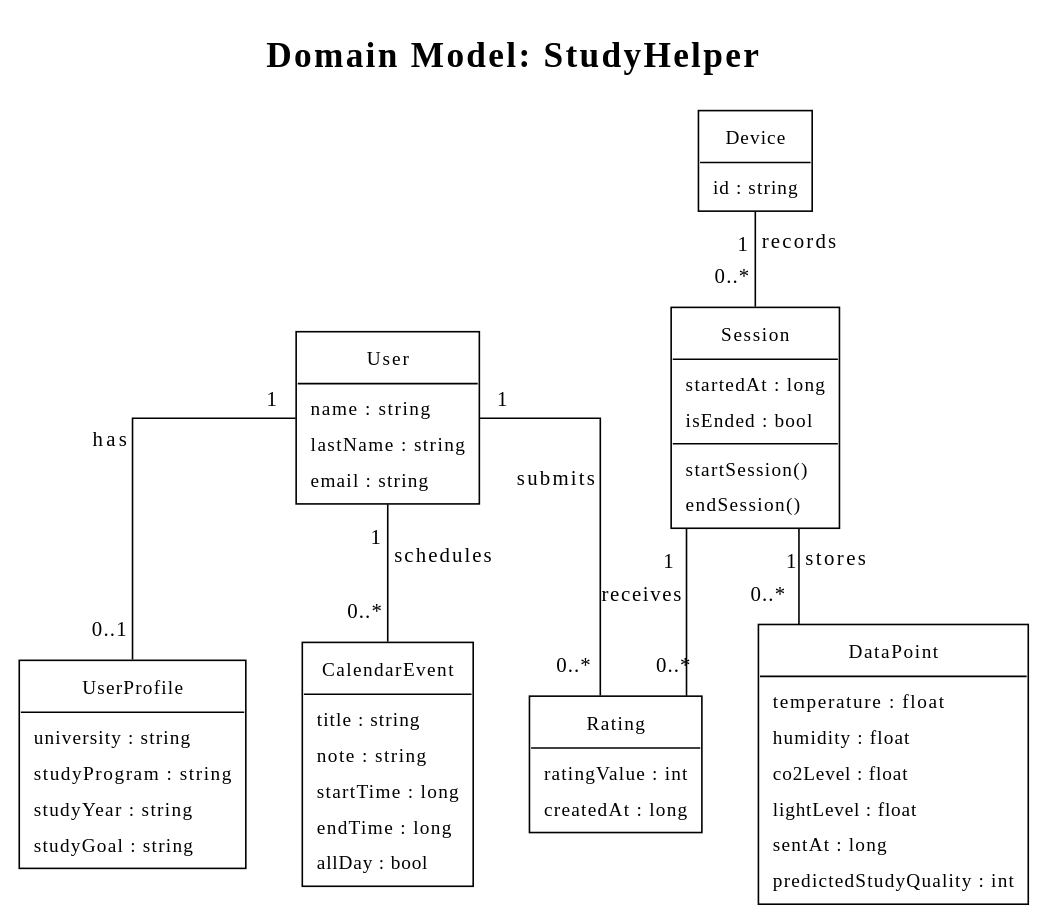
The PlantUML diagram Documentation/Analysis/StudyHelper.domain.svg in SEP4Real/SEP4, before a commit.
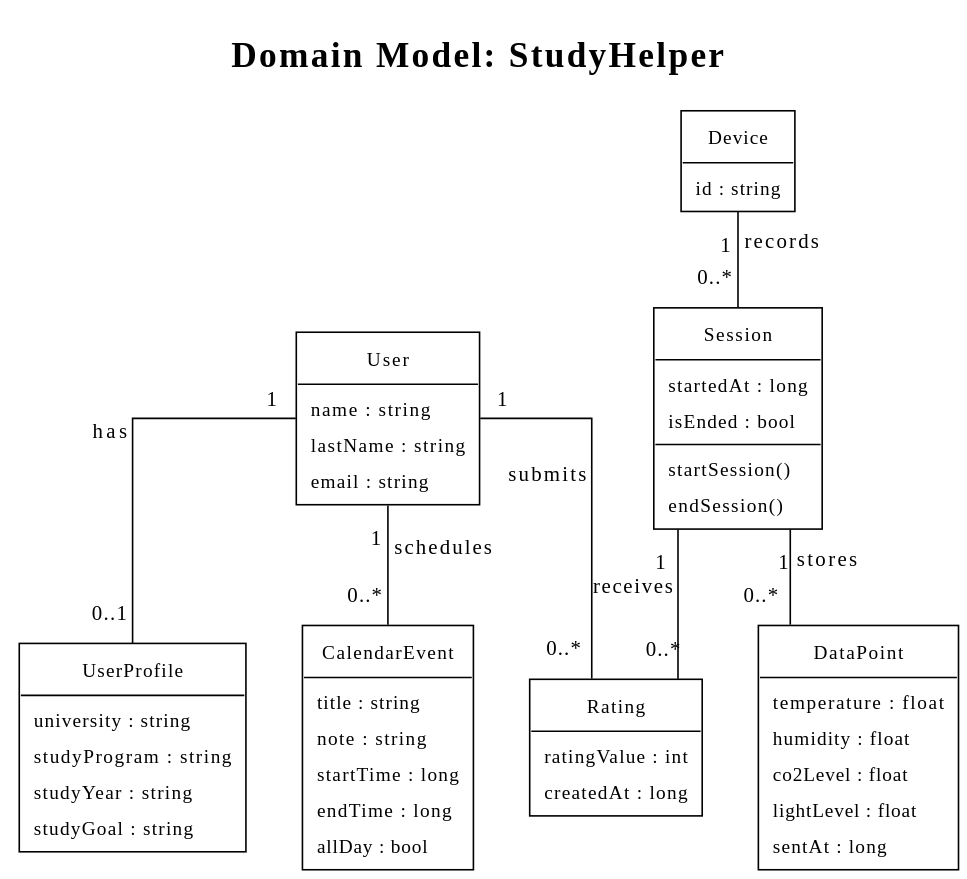
Later version of the same file.

Change to the diagram source:
```diff
@@ -27,7 +27,6 @@
   co2Level : float
   lightLevel : float
   sentAt : long
-  predictedStudyQuality : int
 }
 class Rating {
   ratingValue : int
```
